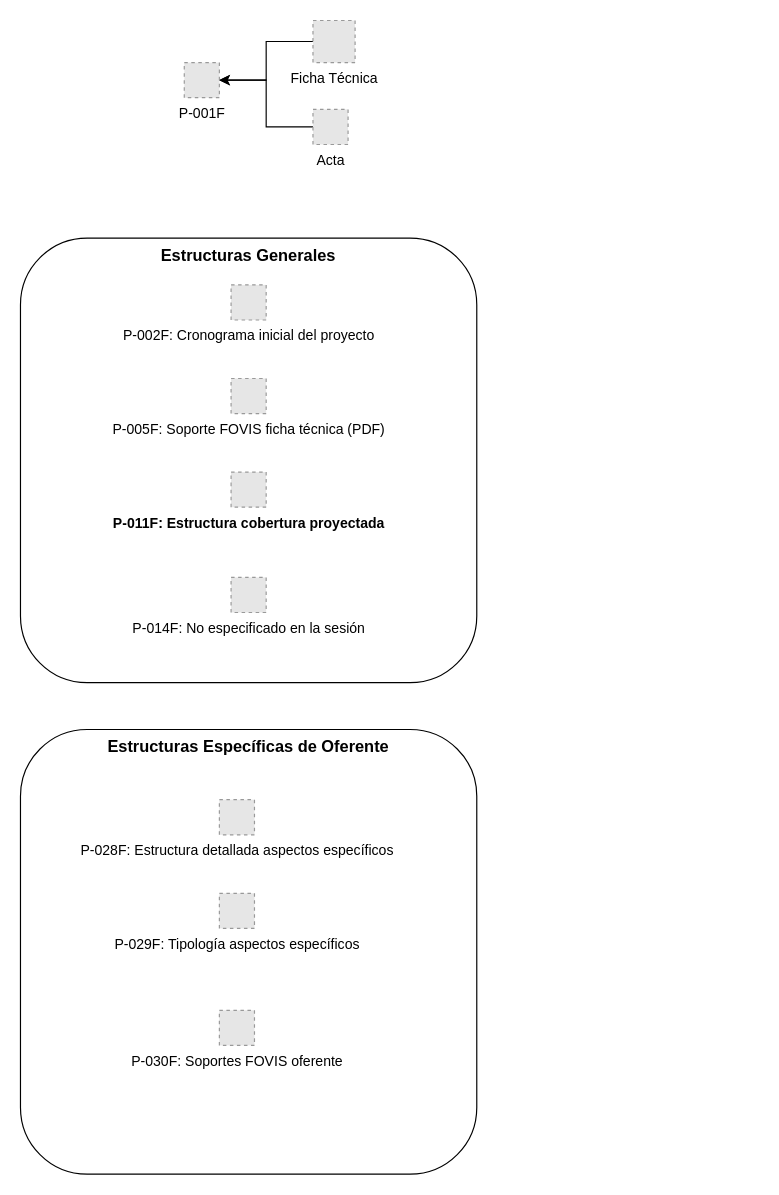
carlosvalderrama1204/diagrams keeps this draw.io diagram as page "Page-6" (6 of 6) of RPA powerAutomate.drawio. Above is the earlier version. Source tidied: cells renumbered, new cells numbered last; positions are measured from the earlier drawing's top-left corner, leaving out a move shared by most shapes. Both pictures are drawn from the tidied source at 117%, with x=0, y=0 at pixel (20, 20). Pictures stored in the file or linked from it are replaced by grey dashed boxes.
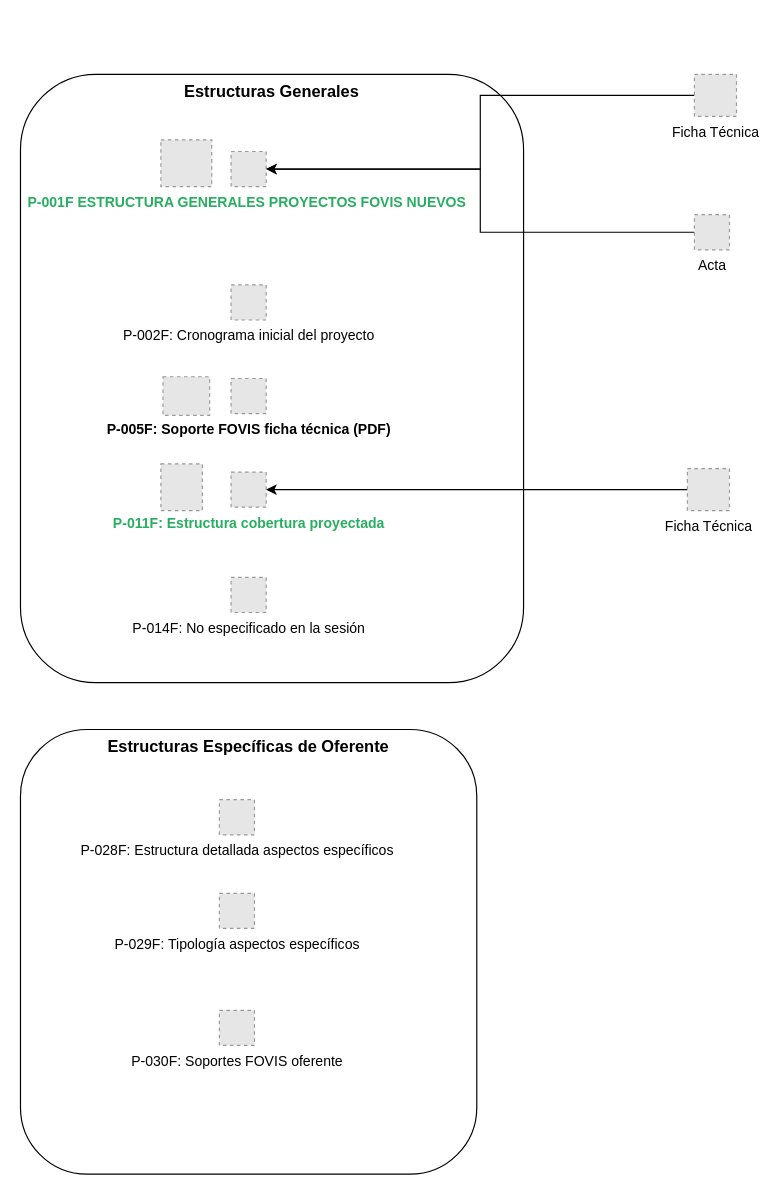
The same diagram, later.

Change to the diagram source:
```diff
@@
     <mxCell id="2" value="&lt;b&gt;Estructuras Generales&lt;/b&gt;" style="rounded=1;whiteSpace=wrap;html=1;verticalAlign=top;fontSize=14;" parent="1" vertex="1">
-      <mxGeometry y="186" width="390" height="380" as="geometry" />
+      <mxGeometry y="46" width="430" height="520" as="geometry" />
     </mxCell>
-    <mxCell id="3" value="P-001F" style="fillColor=#E6E6E6;strokeColor=#999999;dashed=1;html=1;verticalAlign=top;verticalLabelPosition=bottom;labelBackgroundColor=#ffffff;" parent="1" vertex="1">
-      <mxGeometry x="140" y="36" width="30" height="30" as="geometry" />
+    <mxCell id="3" value="P-001F&amp;nbsp;ESTRUCTURA GENERALES PROYECTOS FOVIS NUEVOS&amp;nbsp;" style="fillColor=#E6E6E6;strokeColor=#999999;dashed=1;html=1;verticalAlign=top;verticalLabelPosition=bottom;labelBackgroundColor=#ffffff;fontColor=#27AE60;fontStyle=1;" parent="1" vertex="1">
+      <mxGeometry x="180" y="112" width="30" height="30" as="geometry" />
     </mxCell>
@@
     <mxCell id="5" value="Ficha Técnica" style="fillColor=#E6E6E6;strokeColor=#999999;dashed=1;html=1;verticalAlign=top;verticalLabelPosition=bottom;labelBackgroundColor=#ffffff;" parent="1" vertex="1">
-      <mxGeometry x="250" width="36" height="36" as="geometry" />
+      <mxGeometry x="576" y="46" width="36" height="36" as="geometry" />
     </mxCell>
@@
     <mxCell id="7" value="Acta" style="fillColor=#E6E6E6;strokeColor=#999999;dashed=1;html=1;verticalAlign=top;verticalLabelPosition=bottom;labelBackgroundColor=#ffffff;" parent="1" vertex="1">
-      <mxGeometry x="250" y="76" width="30" height="30" as="geometry" />
+      <mxGeometry x="576" y="166" width="30" height="30" as="geometry" />
     </mxCell>
@@
-    <mxCell id="9" value="P-005F: Soporte FOVIS ficha técnica (PDF)" style="fillColor=#E6E6E6;strokeColor=#999999;dashed=1;html=1;verticalAlign=top;verticalLabelPosition=bottom;labelBackgroundColor=#ffffff;" parent="1" vertex="1">
+    <mxCell id="9" value="P-005F: Soporte FOVIS ficha técnica (PDF)" style="fillColor=#E6E6E6;strokeColor=#999999;dashed=1;html=1;verticalAlign=top;verticalLabelPosition=bottom;labelBackgroundColor=#ffffff;fontStyle=1;" parent="1" vertex="1">
       <mxGeometry x="180" y="306" width="30" height="30" as="geometry" />
     </mxCell>
-    <mxCell id="10" value="P-011F: Estructura cobertura proyectada" style="fillColor=#E6E6E6;strokeColor=#999999;dashed=1;html=1;verticalAlign=top;verticalLabelPosition=bottom;labelBackgroundColor=#ffffff;fontStyle=1;" parent="1" vertex="1">
+    <mxCell id="10" value="P-011F: Estructura cobertura proyectada" style="fillColor=#E6E6E6;strokeColor=#999999;dashed=1;html=1;verticalAlign=top;verticalLabelPosition=bottom;labelBackgroundColor=#ffffff;fontStyle=1;fontColor=#27AE60;" parent="1" vertex="1">
       <mxGeometry x="180" y="386" width="30" height="30" as="geometry" />
     </mxCell>
@@
+    <mxCell id="16" style="edgeStyle=orthogonalEdgeStyle;rounded=0;jettySize=auto;html=1;" parent="1" edge="1" source="17" target="10">
+      <mxGeometry relative="1" as="geometry" />
+    </mxCell>
+    <mxCell id="17" value="Ficha Técnica" style="fillColor=#E6E6E6;strokeColor=#999999;dashed=1;html=1;verticalAlign=top;verticalLabelPosition=bottom;labelBackgroundColor=#ffffff;" parent="1" vertex="1">
+      <mxGeometry x="570" y="383" width="36" height="36" as="geometry" />
+    </mxCell>
+    <mxCell id="18" style="fillColor=#E6E6E6;strokeColor=#999999;dashed=1;verticalLabelPosition=bottom;labelBackgroundColor=default;verticalAlign=top;" parent="1" vertex="1">
+      <mxGeometry x="120" y="102" width="43.5" height="40" as="geometry" />
+    </mxCell>
+    <mxCell id="19" style="fillColor=#E6E6E6;strokeColor=#999999;dashed=1;verticalLabelPosition=bottom;labelBackgroundColor=default;verticalAlign=top;" parent="1" vertex="1">
+      <mxGeometry x="120" y="379" width="35.5" height="40" as="geometry" />
+    </mxCell>
+    <mxCell id="20" style="fillColor=#E6E6E6;strokeColor=#999999;dashed=1;verticalLabelPosition=bottom;labelBackgroundColor=default;verticalAlign=top;" parent="1" vertex="1">
+      <mxGeometry x="121.8" y="304.5" width="39.9" height="33" as="geometry" />
+    </mxCell>
```
